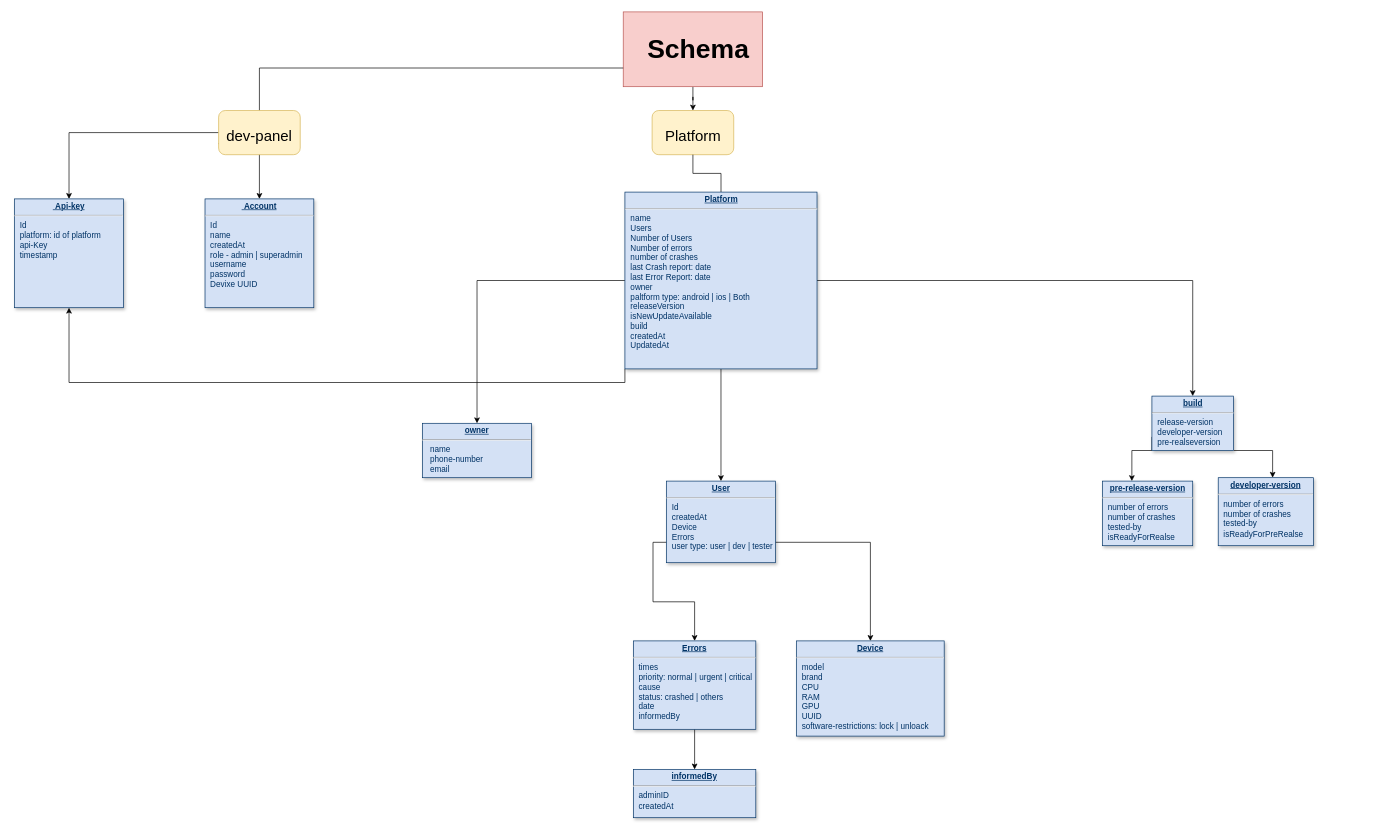
Before: flowchart/App-DB.drawio in ahmadsoran/dev-panel-backend, a draw.io diagram. Source tidied: cells renumbered, new cells numbered last; positions are measured from the earlier drawing's top-left corner, leaving out a move shared by most shapes. Both pictures are drawn from the tidied source at 68%, with x=0, y=0 at pixel (14, 12).
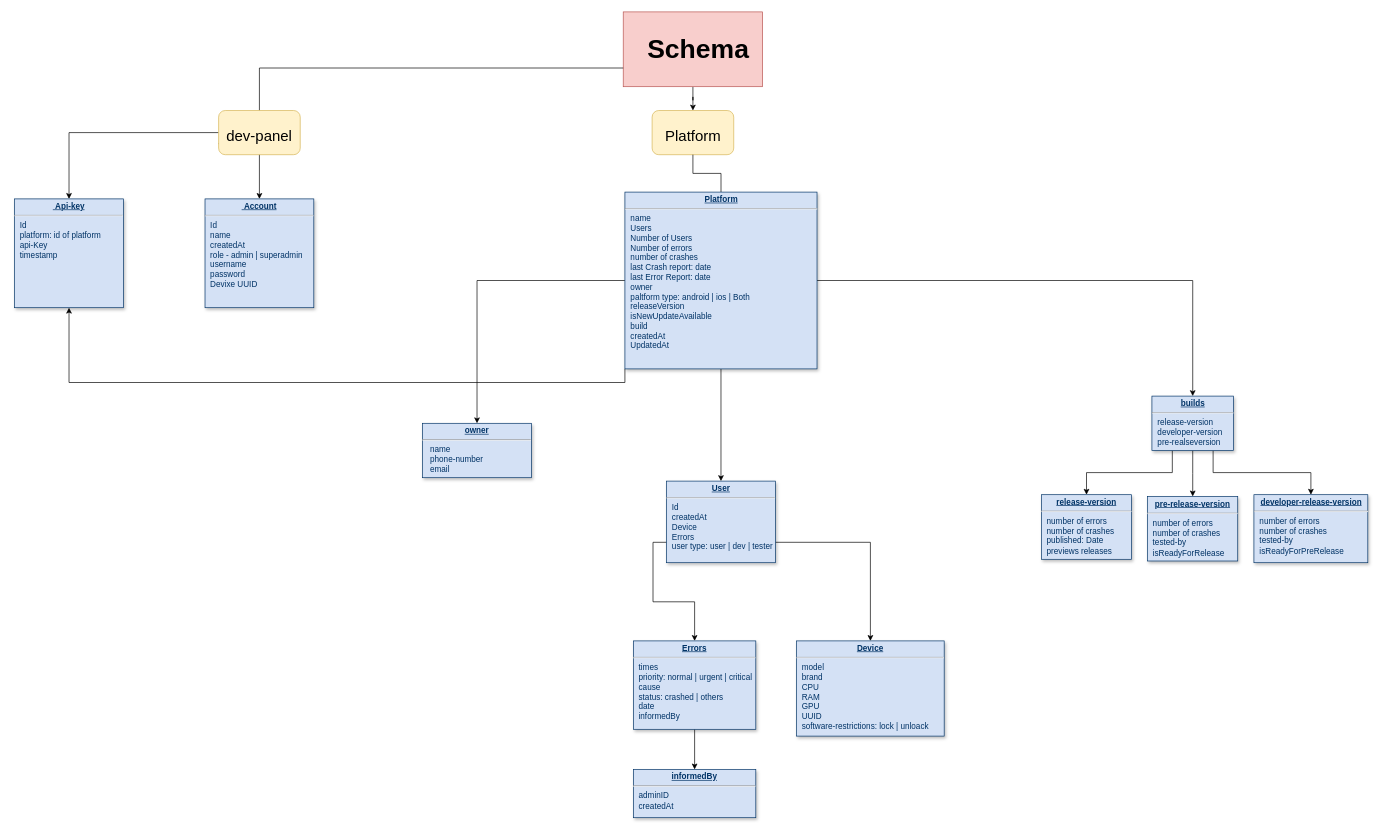
After the change.

The edit, as a diff of the source:
```diff
@@
+    <mxCell id="31" style="edgeStyle=orthogonalEdgeStyle;rounded=0;jettySize=auto;html=1;exitX=0.25;exitY=1;exitDx=0;exitDy=0;" parent="1" edge="1" source="26" target="32">
+      <mxGeometry relative="1" as="geometry" />
+    </mxCell>
+    <mxCell id="25" style="edgeStyle=orthogonalEdgeStyle;rounded=0;jettySize=auto;html=1;exitX=0.5;exitY=1;exitDx=0;exitDy=0;" parent="1" edge="1" source="26" target="28">
+      <mxGeometry relative="1" as="geometry" />
+    </mxCell>
-    <mxCell id="24" style="edgeStyle=orthogonalEdgeStyle;rounded=0;jettySize=auto;html=1;fontSize=22;" parent="1" edge="1" source="26" target="27">
-      <mxGeometry relative="1" as="geometry">
-        <Array as="points">
-          <mxPoint x="1850" y="645" />
-        </Array>
-      </mxGeometry>
+    <mxCell id="24" style="edgeStyle=orthogonalEdgeStyle;rounded=0;jettySize=auto;html=1;exitX=0.75;exitY=1;exitDx=0;exitDy=0;" parent="1" edge="1" source="26" target="27">
+      <mxGeometry relative="1" as="geometry" />
     </mxCell>
-    <mxCell id="25" style="edgeStyle=orthogonalEdgeStyle;rounded=0;jettySize=auto;html=1;exitX=0;exitY=0.75;exitDx=0;exitDy=0;fontFamily=Helvetica;fontSize=22;fontColor=#9C9C9C;" parent="1" edge="1" source="26" target="28">
-      <mxGeometry relative="1" as="geometry">
-        <Array as="points">
-          <mxPoint x="1673" y="645" />
-          <mxPoint x="1643" y="645" />
-        </Array>
-      </mxGeometry>
-    </mxCell>
-    <mxCell id="26" value="&lt;p style=&quot;margin: 0px; margin-top: 4px; text-align: center; text-decoration: underline;&quot;&gt;&lt;b&gt;build&lt;/b&gt;&lt;/p&gt;&lt;hr&gt;&lt;p style=&quot;margin: 0px; margin-left: 8px;&quot;&gt;release-version&lt;/p&gt;&lt;p style=&quot;margin: 0px; margin-left: 8px;&quot;&gt;developer-version&lt;/p&gt;&lt;p style=&quot;margin: 0px; margin-left: 8px;&quot;&gt;pre-realseversion&lt;/p&gt;&lt;p style=&quot;border-color: var(--border-color); margin: 0px 0px 0px 8px;&quot;&gt;&lt;br&gt;&lt;/p&gt;&lt;p style=&quot;border-color: var(--border-color); margin: 0px 0px 0px 8px;&quot;&gt;&lt;br&gt;&lt;/p&gt;&lt;p style=&quot;margin: 0px; margin-left: 8px;&quot;&gt;&amp;nbsp;&lt;/p&gt;" style="verticalAlign=top;align=left;overflow=fill;fontSize=12;fontFamily=Helvetica;html=1;strokeColor=#003366;shadow=1;fillColor=#D4E1F5;fontColor=#003366;" parent="1" vertex="1">
+    <mxCell id="26" value="&lt;p style=&quot;margin: 0px; margin-top: 4px; text-align: center; text-decoration: underline;&quot;&gt;&lt;b&gt;builds&lt;/b&gt;&lt;/p&gt;&lt;hr&gt;&lt;p style=&quot;margin: 0px; margin-left: 8px;&quot;&gt;release-version&lt;/p&gt;&lt;p style=&quot;margin: 0px; margin-left: 8px;&quot;&gt;developer-version&lt;/p&gt;&lt;p style=&quot;margin: 0px; margin-left: 8px;&quot;&gt;pre-realseversion&lt;/p&gt;&lt;p style=&quot;border-color: var(--border-color); margin: 0px 0px 0px 8px;&quot;&gt;&lt;br&gt;&lt;/p&gt;&lt;p style=&quot;border-color: var(--border-color); margin: 0px 0px 0px 8px;&quot;&gt;&lt;br&gt;&lt;/p&gt;&lt;p style=&quot;margin: 0px; margin-left: 8px;&quot;&gt;&amp;nbsp;&lt;/p&gt;" style="verticalAlign=top;align=left;overflow=fill;fontSize=12;fontFamily=Helvetica;html=1;strokeColor=#003366;shadow=1;fillColor=#D4E1F5;fontColor=#003366;" parent="1" vertex="1">
       <mxGeometry x="1672.5" y="565" width="120" height="80" as="geometry" />
     </mxCell>
-    <mxCell id="27" value="&lt;p style=&quot;margin: 0px; margin-top: 4px; text-align: center; text-decoration: underline;&quot;&gt;&lt;b&gt;developer-version&lt;/b&gt;&lt;/p&gt;&lt;hr&gt;&lt;p style=&quot;margin: 0px; margin-left: 8px;&quot;&gt;number of errors&lt;/p&gt;&lt;p style=&quot;margin: 0px; margin-left: 8px;&quot;&gt;number of crashes&lt;/p&gt;&lt;p style=&quot;margin: 0px; margin-left: 8px;&quot;&gt;tested-by&lt;/p&gt;&lt;p style=&quot;margin: 0px; margin-left: 8px;&quot;&gt;isReadyForPreRealse&lt;/p&gt;&lt;p style=&quot;border-color: var(--border-color); margin: 0px 0px 0px 8px;&quot;&gt;&lt;br&gt;&lt;/p&gt;&lt;p style=&quot;border-color: var(--border-color); margin: 0px 0px 0px 8px;&quot;&gt;&lt;br&gt;&lt;/p&gt;&lt;p style=&quot;margin: 0px; margin-left: 8px;&quot;&gt;&amp;nbsp;&lt;/p&gt;" style="verticalAlign=top;align=left;overflow=fill;fontSize=12;fontFamily=Helvetica;html=1;strokeColor=#003366;shadow=1;fillColor=#D4E1F5;fontColor=#003366;" parent="1" vertex="1">
-      <mxGeometry x="1770" y="685" width="140" height="100" as="geometry" />
+    <mxCell id="27" value="&lt;p style=&quot;margin: 0px; margin-top: 4px; text-align: center; text-decoration: underline;&quot;&gt;&lt;b&gt;developer-release-&lt;/b&gt;&lt;b style=&quot;background-color: initial;&quot;&gt;version&lt;/b&gt;&lt;/p&gt;&lt;hr&gt;&lt;p style=&quot;margin: 0px; margin-left: 8px;&quot;&gt;number of errors&lt;/p&gt;&lt;p style=&quot;margin: 0px; margin-left: 8px;&quot;&gt;number of crashes&lt;/p&gt;&lt;p style=&quot;margin: 0px; margin-left: 8px;&quot;&gt;tested-by&lt;/p&gt;&lt;p style=&quot;margin: 0px; margin-left: 8px;&quot;&gt;isReadyForPreRelease&lt;/p&gt;&lt;p style=&quot;border-color: var(--border-color); margin: 0px 0px 0px 8px;&quot;&gt;&lt;br&gt;&lt;/p&gt;&lt;p style=&quot;border-color: var(--border-color); margin: 0px 0px 0px 8px;&quot;&gt;&lt;br&gt;&lt;/p&gt;&lt;p style=&quot;margin: 0px; margin-left: 8px;&quot;&gt;&amp;nbsp;&lt;/p&gt;" style="verticalAlign=top;align=left;overflow=fill;fontSize=12;fontFamily=Helvetica;html=1;strokeColor=#003366;shadow=1;fillColor=#D4E1F5;fontColor=#003366;" parent="1" vertex="1">
+      <mxGeometry x="1822.5" y="710" width="167.5" height="100" as="geometry" />
     </mxCell>
-    <mxCell id="28" value="&lt;p style=&quot;margin: 0px; margin-top: 4px; text-align: center; text-decoration: underline;&quot;&gt;&lt;b&gt;pre-release-version&lt;/b&gt;&lt;/p&gt;&lt;hr&gt;&lt;p style=&quot;border-color: var(--border-color); margin: 0px 0px 0px 8px;&quot;&gt;number of errors&lt;/p&gt;&lt;p style=&quot;border-color: var(--border-color); margin: 0px 0px 0px 8px;&quot;&gt;number of crashes&lt;/p&gt;&lt;p style=&quot;border-color: var(--border-color); margin: 0px 0px 0px 8px;&quot;&gt;tested-by&lt;/p&gt;&lt;p style=&quot;border-color: var(--border-color); margin: 0px 0px 0px 8px;&quot;&gt;isReadyForRealse&lt;/p&gt;&lt;p style=&quot;border-color: var(--border-color); margin: 0px 0px 0px 8px;&quot;&gt;&lt;br style=&quot;border-color: var(--border-color);&quot;&gt;&lt;/p&gt;&lt;p style=&quot;border-color: var(--border-color); margin: 0px 0px 0px 8px;&quot;&gt;&lt;br&gt;&lt;/p&gt;&lt;p style=&quot;margin: 0px; margin-left: 8px;&quot;&gt;&amp;nbsp;&lt;/p&gt;" style="verticalAlign=top;align=left;overflow=fill;fontSize=12;fontFamily=Helvetica;html=1;strokeColor=#003366;shadow=1;fillColor=#D4E1F5;fontColor=#003366;" parent="1" vertex="1">
-      <mxGeometry x="1600" y="690" width="132.5" height="95" as="geometry" />
+    <mxCell id="28" value="&lt;p style=&quot;margin: 0px; margin-top: 4px; text-align: center; text-decoration: underline;&quot;&gt;&lt;b&gt;pre-release-version&lt;/b&gt;&lt;/p&gt;&lt;hr&gt;&lt;p style=&quot;border-color: var(--border-color); margin: 0px 0px 0px 8px;&quot;&gt;number of errors&lt;/p&gt;&lt;p style=&quot;border-color: var(--border-color); margin: 0px 0px 0px 8px;&quot;&gt;number of crashes&lt;/p&gt;&lt;p style=&quot;border-color: var(--border-color); margin: 0px 0px 0px 8px;&quot;&gt;tested-by&lt;/p&gt;&lt;p style=&quot;border-color: var(--border-color); margin: 0px 0px 0px 8px;&quot;&gt;isReadyForRelease&lt;/p&gt;&lt;p style=&quot;border-color: var(--border-color); margin: 0px 0px 0px 8px;&quot;&gt;&lt;br style=&quot;border-color: var(--border-color);&quot;&gt;&lt;/p&gt;&lt;p style=&quot;border-color: var(--border-color); margin: 0px 0px 0px 8px;&quot;&gt;&lt;br&gt;&lt;/p&gt;&lt;p style=&quot;margin: 0px; margin-left: 8px;&quot;&gt;&amp;nbsp;&lt;/p&gt;" style="verticalAlign=top;align=left;overflow=fill;fontSize=12;fontFamily=Helvetica;html=1;strokeColor=#003366;shadow=1;fillColor=#D4E1F5;fontColor=#003366;" parent="1" vertex="1">
+      <mxGeometry x="1666.2" y="712.5" width="132.5" height="95" as="geometry" />
     </mxCell>
@@
+    <mxCell id="32" value="&lt;p style=&quot;margin: 0px; margin-top: 4px; text-align: center; text-decoration: underline;&quot;&gt;&lt;b style=&quot;background-color: initial;&quot;&gt;release-version&lt;/b&gt;&lt;br&gt;&lt;/p&gt;&lt;hr&gt;&lt;p style=&quot;border-color: var(--border-color); margin: 0px 0px 0px 8px;&quot;&gt;number of errors&lt;/p&gt;&lt;p style=&quot;border-color: var(--border-color); margin: 0px 0px 0px 8px;&quot;&gt;number of crashes&lt;/p&gt;&lt;p style=&quot;border-color: var(--border-color); margin: 0px 0px 0px 8px;&quot;&gt;&lt;span style=&quot;background-color: initial;&quot;&gt;published: Date&lt;/span&gt;&lt;/p&gt;&lt;p style=&quot;border-color: var(--border-color); margin: 0px 0px 0px 8px;&quot;&gt;previews releases&lt;/p&gt;&lt;p style=&quot;border-color: var(--border-color); margin: 0px 0px 0px 8px;&quot;&gt;&lt;br style=&quot;border-color: var(--border-color);&quot;&gt;&lt;/p&gt;&lt;p style=&quot;border-color: var(--border-color); margin: 0px 0px 0px 8px;&quot;&gt;&lt;br&gt;&lt;/p&gt;&lt;p style=&quot;margin: 0px; margin-left: 8px;&quot;&gt;&amp;nbsp;&lt;/p&gt;" style="verticalAlign=top;align=left;overflow=fill;fontSize=12;fontFamily=Helvetica;html=1;strokeColor=#003366;shadow=1;fillColor=#D4E1F5;fontColor=#003366;" parent="1" vertex="1">
+      <mxGeometry x="1510" y="710" width="132.5" height="95" as="geometry" />
+    </mxCell>
```
